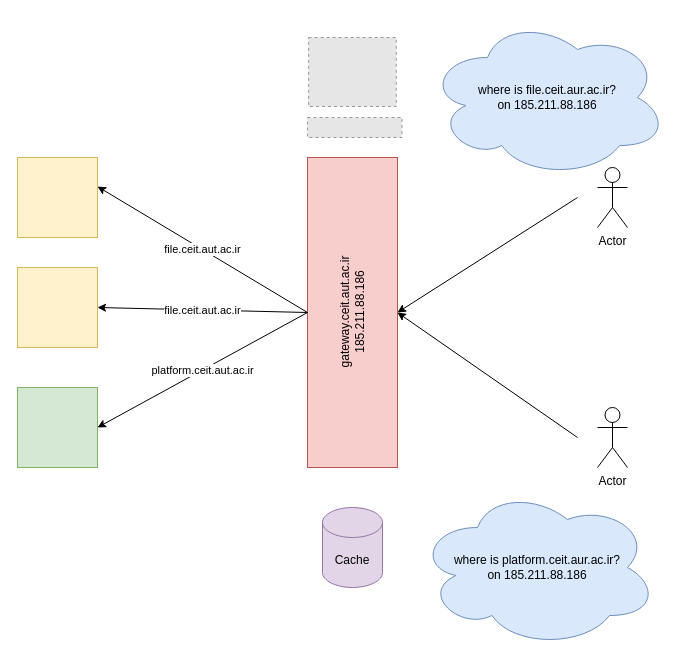
1995parham-teaching/ie-lecture keeps this draw.io diagram as slides/lecture-2/diag/reverse-proxy.drawio. Above is the earlier version. Source tidied: cells renumbered, new cells numbered last; positions are measured from the earlier drawing's top-left corner, leaving out a move shared by most shapes. Both pictures are drawn from the tidied source at 100%, with x=0, y=0 at pixel (17, 17). Pictures stored in the file or linked from it are replaced by grey dashed boxes.
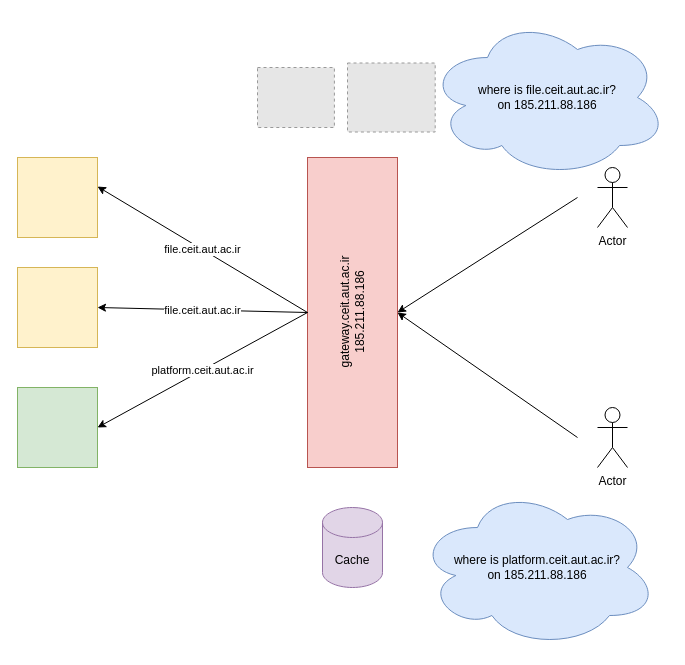
After the change.

Commit message (it also covers changes not shown here):
fix: Correct Typos

Diff of the diagram source:
```diff
@@
-    <mxCell id="15" value="where is file.ceit.aur.ac.ir?&lt;br&gt;on 185.211.88.186" style="ellipse;shape=cloud;whiteSpace=wrap;html=1;fillColor=#dae8fc;strokeColor=#6c8ebf;" parent="1" vertex="1">
+    <mxCell id="15" value="where is file.ceit.aut.ac.ir?&lt;br&gt;on 185.211.88.186" style="ellipse;shape=cloud;whiteSpace=wrap;html=1;fillColor=#dae8fc;strokeColor=#6c8ebf;" parent="1" vertex="1">
       <mxGeometry x="410" width="240" height="160" as="geometry" />
     </mxCell>
-    <mxCell id="16" value="where is platform.ceit.aur.ac.ir?&lt;br&gt;on 185.211.88.186" style="ellipse;shape=cloud;whiteSpace=wrap;html=1;fillColor=#dae8fc;strokeColor=#6c8ebf;" parent="1" vertex="1">
+    <mxCell id="16" value="where is platform.ceit.aut.ac.ir?&lt;br&gt;on 185.211.88.186" style="ellipse;shape=cloud;whiteSpace=wrap;html=1;fillColor=#dae8fc;strokeColor=#6c8ebf;" parent="1" vertex="1">
       <mxGeometry x="400" y="470" width="240" height="160" as="geometry" />
     </mxCell>
-    <mxCell id="17" style="fillColor=#E6E6E6;strokeColor=#999999;dashed=1;verticalLabelPosition=bottom;labelBackgroundColor=#ffffff;verticalAlign=top;" parent="1" vertex="1">
-      <mxGeometry x="290" y="100" width="94.5" height="20" as="geometry" />
-    </mxCell>
     <mxCell id="18" style="fillColor=#E6E6E6;strokeColor=#999999;dashed=1;verticalLabelPosition=bottom;labelBackgroundColor=#ffffff;verticalAlign=top;" parent="1" vertex="1">
-      <mxGeometry x="291.1" y="20" width="87.7" height="69" as="geometry" />
+      <mxGeometry x="330" y="45.5" width="87.7" height="69" as="geometry" />
     </mxCell>
+    <mxCell id="19" style="fillColor=#E6E6E6;strokeColor=#999999;dashed=1;verticalLabelPosition=bottom;labelBackgroundColor=#ffffff;verticalAlign=top;" parent="1" vertex="1">
+      <mxGeometry x="240" y="50" width="76.9" height="60" as="geometry" />
+    </mxCell>
```
